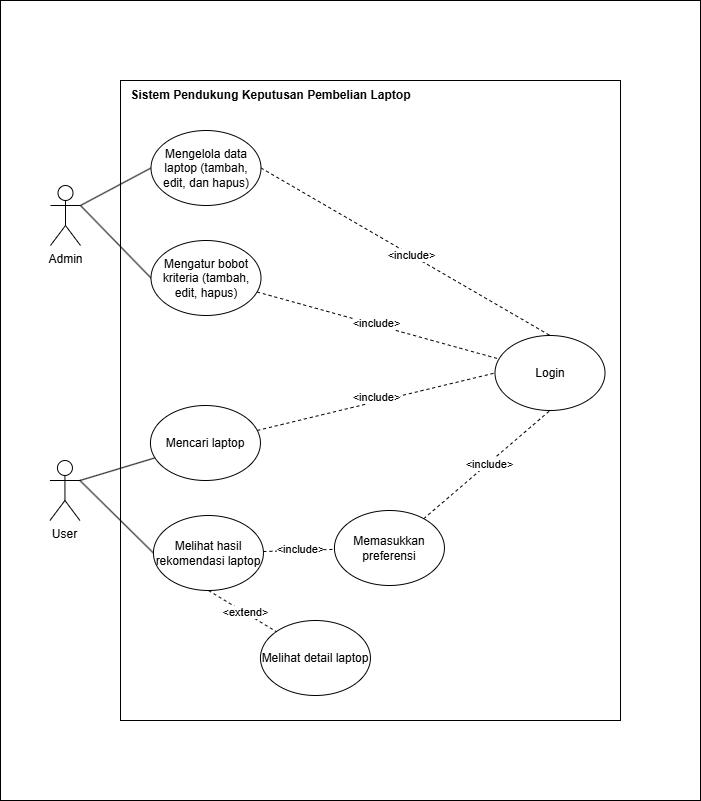
Earlier version of the draw.io export spk-pemilihan-laptop.drawio.png (edi-mj/spk-pemilihan-laptop). Source tidied: cells renumbered, new cells last; positions are measured from the earlier drawing's top-left corner, leaving out a move shared by most shapes.
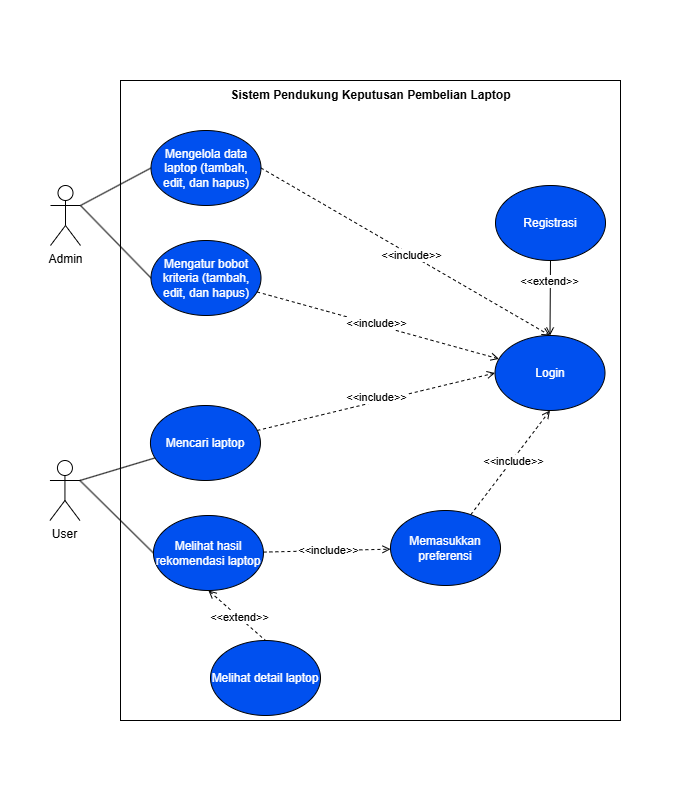
After the commit.

The edit, as a diff of the source:
```diff
@@ -2,7 +2,7 @@
   <root>
     <mxCell id="0" />
     <mxCell id="1" parent="0" />
-    <mxCell id="2" style="rounded=0;whiteSpace=wrap;html=1;" parent="1" vertex="1">
+    <mxCell id="2" style="rounded=0;whiteSpace=wrap;html=1;strokeColor=none;" parent="1" vertex="1">
       <mxGeometry width="700" height="800" as="geometry" />
     </mxCell>
     <mxCell id="3" style="rounded=0;whiteSpace=wrap;html=1;" parent="1" vertex="1">
@@ -28,65 +28,74 @@
     <mxCell id="9" style="rounded=0;jettySize=auto;html=1;endArrow=none;endFill=0;entryX=1;entryY=0.3333333333333333;entryDx=0;entryDy=0;entryPerimeter=0;exitX=0;exitY=0.5;exitDx=0;exitDy=0;" parent="1" edge="1" source="12" target="5">
       <mxGeometry relative="1" as="geometry" />
     </mxCell>
-    <mxCell id="10" style="rounded=0;jettySize=auto;html=1;entryX=0.5;entryY=0;entryDx=0;entryDy=0;exitX=1;exitY=0.5;exitDx=0;exitDy=0;endArrow=none;endFill=0;dashed=1;" parent="1" edge="1" source="12" target="13">
+    <mxCell id="10" style="rounded=0;jettySize=auto;html=1;entryX=0.5;entryY=0;entryDx=0;entryDy=0;exitX=1;exitY=0.5;exitDx=0;exitDy=0;endArrow=open;endFill=0;dashed=1;" parent="1" edge="1" source="12" target="13">
       <mxGeometry relative="1" as="geometry" />
     </mxCell>
-    <mxCell id="11" value="&amp;lt;include&amp;gt;" style="edgeLabel;html=1;align=center;verticalAlign=middle;" parent="10" vertex="1">
+    <mxCell id="11" value="&amp;lt;&amp;lt;include&amp;gt;&amp;gt;" style="edgeLabel;html=1;align=center;verticalAlign=middle;" parent="10" vertex="1">
       <mxGeometry x="0.04" relative="1" as="geometry" />
     </mxCell>
-    <mxCell id="12" value="Mengelola data laptop (tambah, edit, dan hapus)" style="ellipse;whiteSpace=wrap;html=1;" parent="1" vertex="1">
+    <mxCell id="12" value="Mengelola data laptop (tambah, edit, dan hapus)" style="ellipse;whiteSpace=wrap;html=1;fillColor=#0050ef;strokeColor=#000000;fontColor=#ffffff;" parent="1" vertex="1">
       <mxGeometry x="150.5" y="130" width="110" height="75" as="geometry" />
     </mxCell>
+    <mxCell id="30" style="rounded=0;jettySize=auto;html=1;entryX=0.5;entryY=1;entryDx=0;entryDy=0;endArrow=none;endFill=0;startArrow=open;startFill=0;" parent="1" edge="1" source="13" target="32">
+      <mxGeometry relative="1" as="geometry" />
+    </mxCell>
+    <mxCell id="31" value="&amp;lt;&amp;lt;extend&amp;gt;&amp;gt;" style="edgeLabel;html=1;align=center;verticalAlign=middle;" parent="30" vertex="1">
+      <mxGeometry x="0.45" y="1" relative="1" as="geometry" />
+    </mxCell>
-    <mxCell id="13" value="Login" style="ellipse;whiteSpace=wrap;html=1;" parent="1" vertex="1">
+    <mxCell id="13" value="Login" style="ellipse;whiteSpace=wrap;html=1;fillColor=#0050ef;fontColor=#ffffff;strokeColor=#000000;" parent="1" vertex="1">
       <mxGeometry x="494.5" y="335" width="110" height="75" as="geometry" />
     </mxCell>
-    <mxCell id="14" style="rounded=0;jettySize=auto;html=1;endArrow=none;endFill=0;dashed=1;" parent="1" edge="1" source="16" target="13">
+    <mxCell id="14" style="rounded=0;jettySize=auto;html=1;endArrow=open;endFill=0;dashed=1;" parent="1" edge="1" source="16" target="13">
       <mxGeometry relative="1" as="geometry" />
     </mxCell>
-    <mxCell id="15" value="&amp;lt;include&amp;gt;" style="edgeLabel;html=1;align=center;verticalAlign=middle;" parent="14" vertex="1">
+    <mxCell id="15" value="&amp;lt;&amp;lt;include&amp;gt;&amp;gt;" style="edgeLabel;html=1;align=center;verticalAlign=middle;" parent="14" vertex="1">
       <mxGeometry x="-0.02" y="2" relative="1" as="geometry" />
     </mxCell>
-    <mxCell id="16" value="Mengatur bobot kriteria (tambah, edit, hapus)" style="ellipse;whiteSpace=wrap;html=1;" parent="1" vertex="1">
+    <mxCell id="16" value="Mengatur bobot kriteria (tambah, edit, dan hapus)" style="ellipse;whiteSpace=wrap;html=1;fillColor=#0050ef;fontColor=#ffffff;strokeColor=#000000;" parent="1" vertex="1">
       <mxGeometry x="150.5" y="240" width="110" height="75" as="geometry" />
     </mxCell>
-    <mxCell id="17" style="rounded=0;jettySize=auto;html=1;entryX=0;entryY=0.5;entryDx=0;entryDy=0;endArrow=none;endFill=0;dashed=1;" parent="1" edge="1" source="19" target="13">
+    <mxCell id="17" style="rounded=0;jettySize=auto;html=1;entryX=0;entryY=0.5;entryDx=0;entryDy=0;endArrow=open;endFill=0;dashed=1;" parent="1" edge="1" source="19" target="13">
       <mxGeometry relative="1" as="geometry" />
     </mxCell>
-    <mxCell id="18" value="&amp;lt;include&amp;gt;" style="edgeLabel;html=1;align=center;verticalAlign=middle;" parent="17" vertex="1">
+    <mxCell id="18" value="&amp;lt;&amp;lt;include&amp;gt;&amp;gt;" style="edgeLabel;html=1;align=center;verticalAlign=middle;" parent="17" vertex="1">
       <mxGeometry x="0.01" y="5" relative="1" as="geometry" />
     </mxCell>
-    <mxCell id="19" value="Mencari l&lt;span style=&quot;background-color: initial;&quot;&gt;aptop&lt;/span&gt;" style="ellipse;whiteSpace=wrap;html=1;" parent="1" vertex="1">
+    <mxCell id="19" value="Mencari l&lt;span style=&quot;background-color: initial;&quot;&gt;aptop&lt;/span&gt;" style="ellipse;whiteSpace=wrap;html=1;fillColor=#0050ef;fontColor=#ffffff;strokeColor=#000000;" parent="1" vertex="1">
       <mxGeometry x="149.9" y="405" width="110" height="75" as="geometry" />
     </mxCell>
-    <mxCell id="20" style="rounded=0;jettySize=auto;html=1;entryX=0.5;entryY=1;entryDx=0;entryDy=0;endArrow=none;endFill=0;dashed=1;" parent="1" edge="1" source="22" target="13">
+    <mxCell id="20" style="rounded=0;jettySize=auto;html=1;entryX=0.5;entryY=1;entryDx=0;entryDy=0;endArrow=open;endFill=0;dashed=1;" parent="1" edge="1" source="22" target="13">
       <mxGeometry relative="1" as="geometry" />
     </mxCell>
-    <mxCell id="21" value="&amp;lt;include&amp;gt;" style="edgeLabel;html=1;align=center;verticalAlign=middle;" parent="20" vertex="1">
+    <mxCell id="21" value="&amp;lt;&amp;lt;include&amp;gt;&amp;gt;" style="edgeLabel;html=1;align=center;verticalAlign=middle;" parent="20" vertex="1">
       <mxGeometry x="0.03" y="-1" relative="1" as="geometry" />
     </mxCell>
-    <mxCell id="22" value="Memasukkan preferensi" style="ellipse;whiteSpace=wrap;html=1;" parent="1" vertex="1">
-      <mxGeometry x="333.9" y="510" width="110" height="75" as="geometry" />
+    <mxCell id="22" value="Memasukkan preferensi" style="ellipse;whiteSpace=wrap;html=1;fillColor=#0050ef;fontColor=#ffffff;strokeColor=#000000;" parent="1" vertex="1">
+      <mxGeometry x="390" y="510" width="110" height="75" as="geometry" />
     </mxCell>
-    <mxCell id="23" style="rounded=0;jettySize=auto;html=1;strokeColor=default;dashed=1;endArrow=none;endFill=0;" parent="1" edge="1" source="27" target="22">
+    <mxCell id="23" style="rounded=0;jettySize=auto;html=1;strokeColor=default;dashed=1;endArrow=open;endFill=0;" parent="1" edge="1" source="27" target="22">
       <mxGeometry relative="1" as="geometry" />
     </mxCell>
-    <mxCell id="24" value="&amp;lt;include&amp;gt;" style="edgeLabel;html=1;align=center;verticalAlign=middle;" parent="23" vertex="1">
+    <mxCell id="24" value="&amp;lt;&amp;lt;include&amp;gt;&amp;gt;" style="edgeLabel;html=1;align=center;verticalAlign=middle;" parent="23" vertex="1">
       <mxGeometry x="0.03" y="1" relative="1" as="geometry" />
     </mxCell>
-    <mxCell id="25" style="rounded=0;jettySize=auto;html=1;endArrow=none;endFill=0;dashed=1;exitX=0.5;exitY=1;exitDx=0;exitDy=0;entryX=0;entryY=0;entryDx=0;entryDy=0;" parent="1" edge="1" source="27" target="29">
+    <mxCell id="25" style="rounded=0;jettySize=auto;html=1;endArrow=none;endFill=0;dashed=1;exitX=0.5;exitY=1;exitDx=0;exitDy=0;entryX=0.5;entryY=0;entryDx=0;entryDy=0;startArrow=open;startFill=0;" parent="1" edge="1" source="27" target="29">
       <mxGeometry relative="1" as="geometry" />
     </mxCell>
-    <mxCell id="26" value="&amp;lt;extend&amp;gt;" style="edgeLabel;html=1;align=center;verticalAlign=middle;" parent="25" vertex="1">
+    <mxCell id="26" value="&amp;lt;&amp;lt;extend&amp;gt;&amp;gt;" style="edgeLabel;html=1;align=center;verticalAlign=middle;" parent="25" vertex="1">
       <mxGeometry x="0.06" relative="1" as="geometry" />
     </mxCell>
-    <mxCell id="27" value="Melihat hasil rekomendasi laptop" style="ellipse;whiteSpace=wrap;html=1;" parent="1" vertex="1">
+    <mxCell id="27" value="Melihat hasil rekomendasi laptop" style="ellipse;whiteSpace=wrap;html=1;fillColor=#0050ef;fontColor=#ffffff;strokeColor=#000000;" parent="1" vertex="1">
       <mxGeometry x="152.9" y="515" width="110" height="75" as="geometry" />
     </mxCell>
     <mxCell id="28" value="&lt;b&gt;Sistem Pendukung Keputusan Pembelian Laptop&lt;/b&gt;" style="text;html=1;align=center;verticalAlign=middle;strokeColor=none;fillColor=none;" parent="1" vertex="1">
-      <mxGeometry x="120" y="80" width="300" height="30" as="geometry" />
+      <mxGeometry x="220" y="80" width="300" height="30" as="geometry" />
     </mxCell>
-    <mxCell id="29" value="Melihat detail laptop" style="ellipse;whiteSpace=wrap;html=1;" parent="1" vertex="1">
-      <mxGeometry x="259.9" y="620" width="110" height="75" as="geometry" />
+    <mxCell id="29" value="Melihat detail laptop" style="ellipse;whiteSpace=wrap;html=1;fillColor=#0050ef;fontColor=#ffffff;strokeColor=#000000;" parent="1" vertex="1">
+      <mxGeometry x="210" y="640" width="110" height="75" as="geometry" />
     </mxCell>
+    <mxCell id="32" value="Registrasi" style="ellipse;whiteSpace=wrap;html=1;fillColor=#0050ef;fontColor=#ffffff;strokeColor=#000000;" parent="1" vertex="1">
+      <mxGeometry x="495" y="185" width="110" height="75" as="geometry" />
+    </mxCell>
   </root>
 </mxGraphModel>
```
